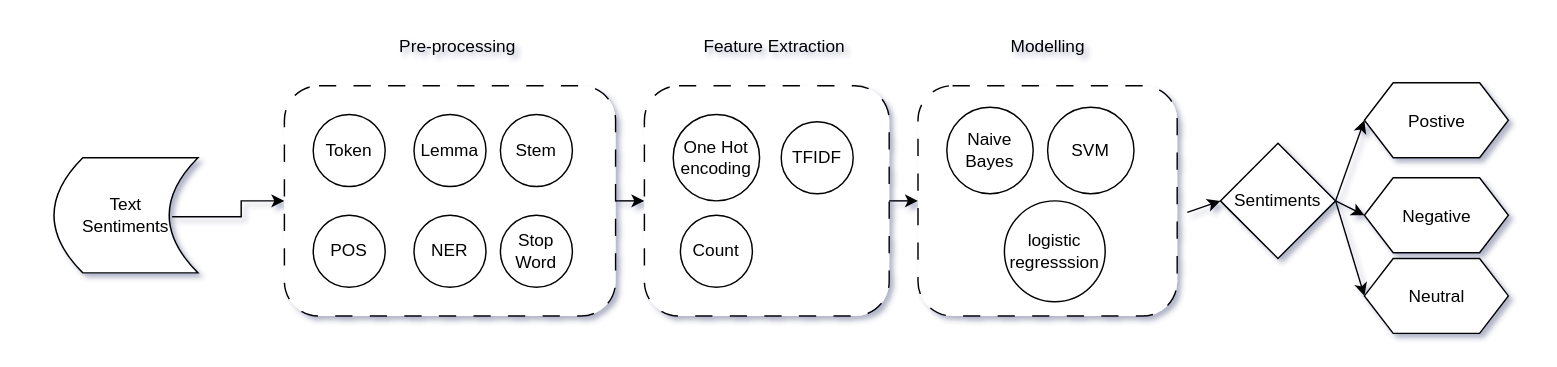
Before: page "complex gitflow" (1 of 2) of Untitled Diagram.drawio in RatishMoondra/Course, a draw.io diagram. Source tidied: cells renumbered, new cells numbered last; positions are measured from the earlier drawing's top-left corner, leaving out a move shared by most shapes. Both pictures are drawn from the tidied source at 144%, with x=0, y=0 at pixel (53, 24).
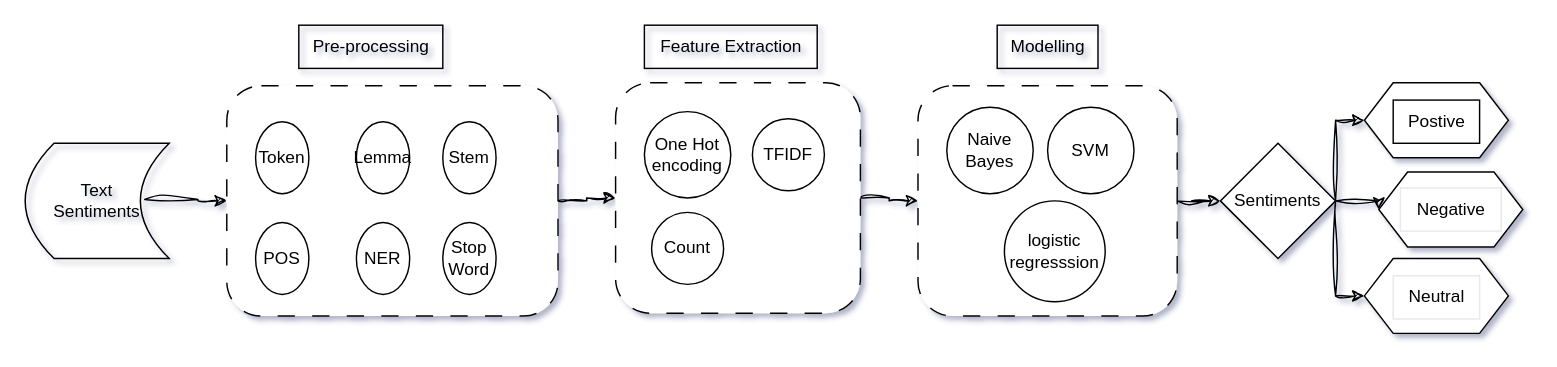
After the change.

Diff of the diagram source:
```diff
@@
-<mxGraphModel background="#ffffff" shadow="1">
+<mxGraphModel background="#FFFFFF" shadow="1">
@@
-    <mxCell id="2" style="edgeStyle=orthogonalEdgeStyle;rounded=0;jettySize=auto;html=1;exitX=0.82;exitY=0.513;exitDx=0;exitDy=0;exitPerimeter=0;" parent="1" edge="1" source="3" target="4">
+    <mxCell id="2" style="edgeStyle=orthogonalEdgeStyle;rounded=0;sketch=1;hachureGap=4;jiggle=2;curveFitting=1;jettySize=auto;html=1;exitX=0.83;exitY=0.488;exitDx=0;exitDy=0;entryX=0;entryY=0.5;entryDx=0;entryDy=0;exitPerimeter=0;" parent="1" edge="1" source="3" target="4">
       <mxGeometry relative="1" as="geometry" />
     </mxCell>
-    <mxCell id="3" value="Text &lt;br&gt;Sentiments" style="shape=dataStorage;whiteSpace=wrap;html=1;fixedSize=1;" parent="1" vertex="1">
-      <mxGeometry y="92" width="100" height="80" as="geometry" />
+    <mxCell id="3" value="Text &lt;br&gt;Sentiments" style="shape=dataStorage;whiteSpace=wrap;html=1;fixedSize=1;gradientColor=none;fillColor=none;strokeColor=#000000;" parent="1" vertex="1">
+      <mxGeometry x="-20" y="82" width="100" height="80" as="geometry" />
     </mxCell>
+    <mxCell id="35" style="edgeStyle=orthogonalEdgeStyle;rounded=0;sketch=1;hachureGap=4;jiggle=2;curveFitting=1;jettySize=auto;html=1;" parent="1" edge="1" source="4" target="12">
+      <mxGeometry relative="1" as="geometry" />
+    </mxCell>
-    <mxCell id="4" style="rounded=1;whiteSpace=wrap;html=1;dashed=1;dashPattern=12 12;" parent="1" vertex="1">
-      <mxGeometry x="160" y="42" width="230" height="160" as="geometry" />
+    <mxCell id="4" style="rounded=1;whiteSpace=wrap;html=1;dashed=1;dashPattern=12 12;strokeColor=#000000;" parent="1" vertex="1">
+      <mxGeometry x="120" y="42" width="230" height="160" as="geometry" />
     </mxCell>
-    <mxCell id="5" value="Token" style="ellipse;whiteSpace=wrap;html=1;" parent="1" vertex="1">
-      <mxGeometry x="180" y="62" width="50" height="50" as="geometry" />
+    <mxCell id="5" value="Token" style="ellipse;whiteSpace=wrap;html=1;strokeColor=#000000;" parent="1" vertex="1">
+      <mxGeometry x="140" y="67" width="37" height="50" as="geometry" />
     </mxCell>
-    <mxCell id="6" value="Lemma" style="ellipse;whiteSpace=wrap;html=1;" parent="1" vertex="1">
-      <mxGeometry x="250" y="62" width="50" height="50" as="geometry" />
+    <mxCell id="6" value="Lemma" style="ellipse;whiteSpace=wrap;html=1;strokeColor=#000000;" parent="1" vertex="1">
+      <mxGeometry x="210" y="67" width="37" height="50" as="geometry" />
     </mxCell>
-    <mxCell id="7" value="Stem" style="ellipse;whiteSpace=wrap;html=1;" parent="1" vertex="1">
-      <mxGeometry x="310" y="62" width="50" height="50" as="geometry" />
+    <mxCell id="7" value="Stem" style="ellipse;whiteSpace=wrap;html=1;strokeColor=#000000;" parent="1" vertex="1">
+      <mxGeometry x="270" y="67" width="37" height="50" as="geometry" />
     </mxCell>
-    <mxCell id="8" value="POS" style="ellipse;whiteSpace=wrap;html=1;" parent="1" vertex="1">
-      <mxGeometry x="180" y="132" width="50" height="50" as="geometry" />
+    <mxCell id="8" value="POS" style="ellipse;whiteSpace=wrap;html=1;strokeColor=#000000;" parent="1" vertex="1">
+      <mxGeometry x="140" y="137" width="37" height="50" as="geometry" />
     </mxCell>
-    <mxCell id="9" value="NER" style="ellipse;whiteSpace=wrap;html=1;" parent="1" vertex="1">
-      <mxGeometry x="250" y="132" width="50" height="50" as="geometry" />
+    <mxCell id="9" value="NER" style="ellipse;whiteSpace=wrap;html=1;strokeColor=#000000;" parent="1" vertex="1">
+      <mxGeometry x="210" y="137" width="37" height="50" as="geometry" />
     </mxCell>
-    <mxCell id="10" value="Stop Word" style="ellipse;whiteSpace=wrap;html=1;" parent="1" vertex="1">
-      <mxGeometry x="310" y="132" width="50" height="50" as="geometry" />
+    <mxCell id="10" value="Stop Word" style="ellipse;whiteSpace=wrap;html=1;strokeColor=#000000;" parent="1" vertex="1">
+      <mxGeometry x="270" y="137" width="37" height="50" as="geometry" />
     </mxCell>
-    <mxCell id="11" value="Pre-processing" style="text;html=1;align=center;verticalAlign=middle;strokeColor=none;fillColor=none;" parent="1" vertex="1">
-      <mxGeometry x="230" width="100" height="30" as="geometry" />
+    <mxCell id="11" value="Pre-processing" style="text;html=1;align=center;verticalAlign=middle;strokeColor=#000000;fillColor=none;" parent="1" vertex="1">
+      <mxGeometry x="170" width="100" height="30" as="geometry" />
     </mxCell>
+    <mxCell id="30" style="edgeStyle=orthogonalEdgeStyle;rounded=0;sketch=1;hachureGap=4;jiggle=2;curveFitting=1;jettySize=auto;html=1;entryX=0;entryY=0.5;entryDx=0;entryDy=0;" parent="1" edge="1" source="12" target="18">
+      <mxGeometry relative="1" as="geometry" />
+    </mxCell>
-    <mxCell id="12" style="rounded=1;whiteSpace=wrap;html=1;dashed=1;dashPattern=12 12;" parent="1" vertex="1">
-      <mxGeometry x="410" y="42" width="170" height="160" as="geometry" />
+    <mxCell id="12" style="rounded=1;whiteSpace=wrap;html=1;dashed=1;dashPattern=12 12;strokeColor=#000000;" parent="1" vertex="1">
+      <mxGeometry x="390" y="40" width="170" height="160" as="geometry" />
     </mxCell>
-    <mxCell id="13" value="One Hot encoding" style="ellipse;whiteSpace=wrap;html=1;" parent="1" vertex="1">
-      <mxGeometry x="430" y="62" width="60" height="60" as="geometry" />
+    <mxCell id="13" value="One Hot encoding" style="ellipse;whiteSpace=wrap;html=1;strokeColor=#000000;" parent="1" vertex="1">
+      <mxGeometry x="410" y="60" width="60" height="60" as="geometry" />
     </mxCell>
-    <mxCell id="14" value="TFIDF" style="ellipse;whiteSpace=wrap;html=1;" parent="1" vertex="1">
-      <mxGeometry x="505" y="67" width="50" height="50" as="geometry" />
+    <mxCell id="14" value="TFIDF" style="ellipse;whiteSpace=wrap;html=1;strokeColor=#000000;" parent="1" vertex="1">
+      <mxGeometry x="485" y="65" width="50" height="50" as="geometry" />
     </mxCell>
-    <mxCell id="15" value="Count" style="ellipse;whiteSpace=wrap;html=1;" parent="1" vertex="1">
-      <mxGeometry x="435" y="132" width="50" height="50" as="geometry" />
+    <mxCell id="15" value="Count" style="ellipse;whiteSpace=wrap;html=1;strokeColor=#000000;" parent="1" vertex="1">
+      <mxGeometry x="415" y="130" width="50" height="50" as="geometry" />
     </mxCell>
-    <mxCell id="16" value="Feature Extraction" style="text;html=1;align=center;verticalAlign=middle;strokeColor=none;fillColor=none;" parent="1" vertex="1">
-      <mxGeometry x="440" width="120" height="30" as="geometry" />
+    <mxCell id="16" value="Feature Extraction" style="text;html=1;align=center;verticalAlign=middle;strokeColor=#000000;fillColor=none;" parent="1" vertex="1">
+      <mxGeometry x="410" width="120" height="30" as="geometry" />
     </mxCell>
-    <mxCell id="17" style="endArrow=classic;html=1;rounded=0;exitX=1;exitY=0.5;exitDx=0;exitDy=0;" parent="1" edge="1" source="4">
-      <mxGeometry relative="1" as="geometry">
-        <mxPoint x="410" y="122" as="targetPoint" />
-      </mxGeometry>
-    </mxCell>
+    <mxCell id="31" style="edgeStyle=orthogonalEdgeStyle;rounded=0;sketch=1;hachureGap=4;jiggle=2;curveFitting=1;jettySize=auto;html=1;entryX=0;entryY=0.5;entryDx=0;entryDy=0;" parent="1" edge="1" source="18" target="23">
+      <mxGeometry relative="1" as="geometry" />
+    </mxCell>
-    <mxCell id="18" style="rounded=1;whiteSpace=wrap;html=1;dashed=1;dashPattern=12 12;" parent="1" vertex="1">
+    <mxCell id="18" style="rounded=1;whiteSpace=wrap;html=1;dashed=1;dashPattern=12 12;strokeColor=#000000;" parent="1" vertex="1">
       <mxGeometry x="600" y="42" width="180" height="160" as="geometry" />
     </mxCell>
-    <mxCell id="19" value="Modelling" style="text;html=1;align=center;verticalAlign=middle;strokeColor=none;fillColor=none;" parent="1" vertex="1">
+    <mxCell id="19" value="Modelling" style="text;html=1;align=center;verticalAlign=middle;strokeColor=#000000;fillColor=none;" parent="1" vertex="1">
       <mxGeometry x="655" width="70" height="30" as="geometry" />
     </mxCell>
-    <mxCell id="20" value="Naive Bayes" style="ellipse;whiteSpace=wrap;html=1;" parent="1" vertex="1">
+    <mxCell id="20" value="Naive Bayes" style="ellipse;whiteSpace=wrap;html=1;strokeColor=#000000;" parent="1" vertex="1">
       <mxGeometry x="620" y="57" width="60" height="60" as="geometry" />
     </mxCell>
-    <mxCell id="21" value="SVM" style="ellipse;whiteSpace=wrap;html=1;" parent="1" vertex="1">
+    <mxCell id="21" value="SVM" style="ellipse;whiteSpace=wrap;html=1;strokeColor=#000000;" parent="1" vertex="1">
       <mxGeometry x="690" y="57" width="60" height="60" as="geometry" />
     </mxCell>
-    <mxCell id="22" value="logistic regresssion" style="ellipse;whiteSpace=wrap;html=1;" parent="1" vertex="1">
+    <mxCell id="22" value="logistic regresssion" style="ellipse;whiteSpace=wrap;html=1;strokeColor=#000000;" parent="1" vertex="1">
       <mxGeometry x="660" y="122" width="70" height="70" as="geometry" />
     </mxCell>
+    <mxCell id="32" style="edgeStyle=orthogonalEdgeStyle;rounded=0;sketch=1;hachureGap=4;jiggle=2;curveFitting=1;jettySize=auto;html=1;exitX=1;exitY=0.5;exitDx=0;exitDy=0;entryX=0;entryY=0.5;entryDx=0;entryDy=0;" parent="1" edge="1" source="23" target="24">
+      <mxGeometry relative="1" as="geometry">
+        <Array as="points">
+          <mxPoint x="890" y="66" />
+        </Array>
+      </mxGeometry>
+    </mxCell>
+    <mxCell id="36" style="edgeStyle=orthogonalEdgeStyle;rounded=0;sketch=1;hachureGap=4;jiggle=2;curveFitting=1;jettySize=auto;html=1;exitX=1;exitY=0.5;exitDx=0;exitDy=0;entryX=0;entryY=0.5;entryDx=0;entryDy=0;" parent="1" edge="1" source="23" target="26">
+      <mxGeometry relative="1" as="geometry" />
+    </mxCell>
+    <mxCell id="37" style="edgeStyle=orthogonalEdgeStyle;rounded=0;sketch=1;hachureGap=4;jiggle=2;curveFitting=1;jettySize=auto;html=1;exitX=1;exitY=0.5;exitDx=0;exitDy=0;entryX=0;entryY=0.5;entryDx=0;entryDy=0;" parent="1" edge="1" source="23" target="28">
+      <mxGeometry relative="1" as="geometry">
+        <Array as="points">
+          <mxPoint x="890" y="188" />
+        </Array>
+      </mxGeometry>
+    </mxCell>
-    <mxCell id="23" value="Sentiments" style="rhombus;whiteSpace=wrap;html=1;" parent="1" vertex="1">
+    <mxCell id="23" value="Sentiments" style="rhombus;whiteSpace=wrap;html=1;strokeColor=#000000;" parent="1" vertex="1">
       <mxGeometry x="810" y="82" width="80" height="80" as="geometry" />
     </mxCell>
-    <mxCell id="24" style="shape=hexagon;perimeter=hexagonPerimeter2;whiteSpace=wrap;html=1;fixedSize=1;" parent="1" vertex="1">
+    <mxCell id="24" style="shape=hexagon;perimeter=hexagonPerimeter2;whiteSpace=wrap;html=1;fixedSize=1;strokeColor=#000000;" parent="1" vertex="1">
       <mxGeometry x="910" y="40" width="100" height="52" as="geometry" />
     </mxCell>
-    <mxCell id="25" value="Postive" style="text;html=1;align=center;verticalAlign=middle;strokeColor=none;fillColor=none;" parent="1" vertex="1">
+    <mxCell id="25" value="Postive" style="text;html=1;align=center;verticalAlign=middle;strokeColor=#000000;fillColor=none;" parent="1" vertex="1">
       <mxGeometry x="930" y="52" width="60" height="30" as="geometry" />
     </mxCell>
-    <mxCell id="26" style="shape=hexagon;perimeter=hexagonPerimeter2;whiteSpace=wrap;html=1;fixedSize=1;" parent="1" vertex="1">
-      <mxGeometry x="910" y="106" width="100" height="52" as="geometry" />
+    <mxCell id="26" style="shape=hexagon;perimeter=hexagonPerimeter2;whiteSpace=wrap;html=1;fixedSize=1;strokeColor=#000000;" parent="1" vertex="1">
+      <mxGeometry x="920" y="102" width="100" height="52" as="geometry" />
     </mxCell>
-    <mxCell id="27" value="Negative" style="text;html=1;align=center;verticalAlign=middle;strokeColor=none;fillColor=none;" parent="1" vertex="1">
-      <mxGeometry x="925" y="118" width="70" height="30" as="geometry" />
+    <mxCell id="27" value="Negative" style="text;html=1;align=center;verticalAlign=middle;strokeColor=#eee7e7;fillColor=none;" parent="1" vertex="1">
+      <mxGeometry x="935" y="113" width="70" height="30" as="geometry" />
     </mxCell>
-    <mxCell id="28" style="shape=hexagon;perimeter=hexagonPerimeter2;whiteSpace=wrap;html=1;fixedSize=1;" parent="1" vertex="1">
+    <mxCell id="28" style="shape=hexagon;perimeter=hexagonPerimeter2;whiteSpace=wrap;html=1;fixedSize=1;strokeColor=#000000;" parent="1" vertex="1">
       <mxGeometry x="910" y="162" width="100" height="52" as="geometry" />
     </mxCell>
-    <mxCell id="29" value="Neutral" style="text;html=1;align=center;verticalAlign=middle;strokeColor=none;fillColor=none;" parent="1" vertex="1">
+    <mxCell id="29" value="Neutral" style="text;html=1;align=center;verticalAlign=middle;strokeColor=#eee7e7;fillColor=none;" parent="1" vertex="1">
       <mxGeometry x="930" y="174" width="60" height="30" as="geometry" />
     </mxCell>
-    <mxCell id="30" style="endArrow=classic;html=1;rounded=0;exitX=1;exitY=0.5;exitDx=0;exitDy=0;entryX=0;entryY=0.5;entryDx=0;entryDy=0;" parent="1" edge="1" source="12" target="18">
-      <mxGeometry relative="1" as="geometry" />
-    </mxCell>
-    <mxCell id="31" style="endArrow=classic;html=1;rounded=0;exitX=1.039;exitY=0.55;exitDx=0;exitDy=0;exitPerimeter=0;entryX=0;entryY=0.5;entryDx=0;entryDy=0;" parent="1" edge="1" source="18" target="23">
-      <mxGeometry relative="1" as="geometry" />
-    </mxCell>
-    <mxCell id="32" style="endArrow=classic;html=1;rounded=0;exitX=1;exitY=0.5;exitDx=0;exitDy=0;entryX=0;entryY=0.5;entryDx=0;entryDy=0;" parent="1" edge="1" source="23" target="24">
-      <mxGeometry relative="1" as="geometry" />
-    </mxCell>
-    <mxCell id="33" style="endArrow=classic;html=1;rounded=0;entryX=0;entryY=0.5;entryDx=0;entryDy=0;" parent="1" edge="1" target="28">
-      <mxGeometry relative="1" as="geometry">
-        <mxPoint x="890" y="122" as="sourcePoint" />
-      </mxGeometry>
-    </mxCell>
-    <mxCell id="34" style="endArrow=classic;html=1;rounded=0;entryX=0;entryY=0.5;entryDx=0;entryDy=0;" parent="1" edge="1" target="26">
-      <mxGeometry relative="1" as="geometry">
-        <mxPoint x="890" y="122" as="sourcePoint" />
-      </mxGeometry>
-    </mxCell>
```
